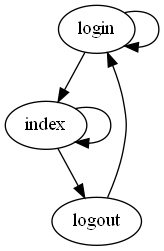
Earlier version of the Graphviz export flow.gv.png (FerOrdSom/GestorObraArtistica). Its source is kept beside it as flow.gv. Source of this version:
```dot
digraph {
  login -> login;
  login -> index;
  index -> index;
  index -> logout;
  logout -> login;
}
```
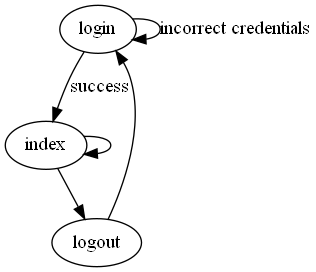
The same file after the commit.

The edit, as a diff of the source:
```diff
@@ -1,6 +1,6 @@
 digraph {
-  login -> login;
-  login -> index;
+  login -> login [label="incorrect credentials"];
+  login -> index  [label="success"];
   index -> index;
   index -> logout;
   logout -> login;
```
